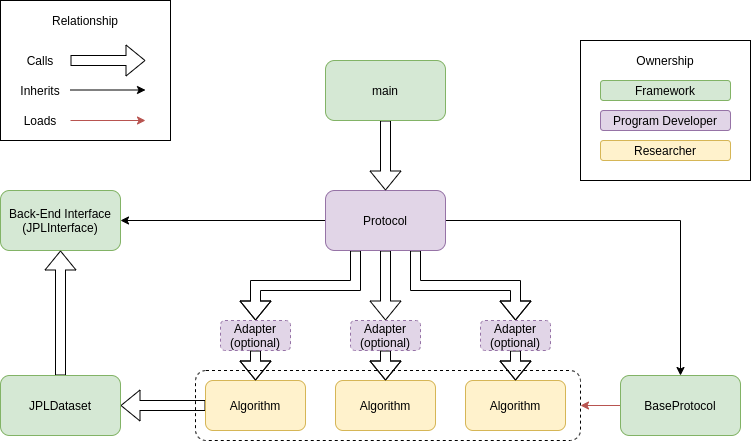
Before: images/Unnamed_Framework.png, a diagram exported from draw.io (tinker-engine/tinker-engine). Source tidied: cells renumbered, new cells last; positions are measured from the earlier drawing's top-left corner, leaving out a move shared by most shapes. Its diagram source:
```xml
<mxGraphModel>
  <root>
    <mxCell id="0" />
    <mxCell id="1" parent="0" />
    <mxCell id="2" style="rounded=1;whiteSpace=wrap;html=1;dashed=1;" parent="1" vertex="1">
      <mxGeometry x="195" y="370" width="385" height="70" as="geometry" />
    </mxCell>
    <mxCell id="3" style="rounded=0;whiteSpace=wrap;html=1;" parent="1" vertex="1">
      <mxGeometry x="580" y="40" width="170" height="140" as="geometry" />
    </mxCell>
    <mxCell id="4" style="edgeStyle=orthogonalEdgeStyle;rounded=0;jettySize=auto;html=1;exitX=0;exitY=0.5;exitDx=0;exitDy=0;" parent="1" edge="1" source="9" target="22">
      <mxGeometry relative="1" as="geometry" />
    </mxCell>
    <mxCell id="5" style="edgeStyle=orthogonalEdgeStyle;rounded=0;jettySize=auto;html=1;exitX=0.25;exitY=1;exitDx=0;exitDy=0;entryX=0.5;entryY=0;entryDx=0;entryDy=0;shape=flexArrow;" parent="1" edge="1" source="9" target="15">
      <mxGeometry relative="1" as="geometry" />
    </mxCell>
    <mxCell id="6" style="edgeStyle=orthogonalEdgeStyle;shape=flexArrow;rounded=0;jettySize=auto;html=1;exitX=0.5;exitY=1;exitDx=0;exitDy=0;entryX=0.5;entryY=0;entryDx=0;entryDy=0;" parent="1" edge="1" source="9" target="17">
      <mxGeometry relative="1" as="geometry" />
    </mxCell>
    <mxCell id="7" style="edgeStyle=orthogonalEdgeStyle;shape=flexArrow;rounded=0;jettySize=auto;html=1;exitX=0.75;exitY=1;exitDx=0;exitDy=0;entryX=0.5;entryY=0;entryDx=0;entryDy=0;" parent="1" edge="1" source="9" target="19">
      <mxGeometry relative="1" as="geometry" />
    </mxCell>
    <mxCell id="8" style="edgeStyle=orthogonalEdgeStyle;rounded=0;jettySize=auto;html=1;exitX=1;exitY=0.5;exitDx=0;exitDy=0;" parent="1" edge="1" source="9" target="21">
      <mxGeometry relative="1" as="geometry" />
    </mxCell>
    <mxCell id="9" value="Protocol" style="rounded=1;whiteSpace=wrap;html=1;fillColor=#e1d5e7;strokeColor=#9673a6;" parent="1" vertex="1">
      <mxGeometry x="325" y="190" width="120" height="60" as="geometry" />
    </mxCell>
    <mxCell id="10" value="Algorithm" style="rounded=1;whiteSpace=wrap;html=1;fillColor=#fff2cc;strokeColor=#d6b656;" parent="1" vertex="1">
      <mxGeometry x="465" y="380" width="100" height="50" as="geometry" />
    </mxCell>
    <mxCell id="11" value="Algorithm" style="rounded=1;whiteSpace=wrap;html=1;fillColor=#fff2cc;strokeColor=#d6b656;" parent="1" vertex="1">
      <mxGeometry x="335" y="380" width="100" height="50" as="geometry" />
    </mxCell>
    <mxCell id="12" style="edgeStyle=orthogonalEdgeStyle;shape=flexArrow;rounded=0;jettySize=auto;html=1;exitX=0;exitY=0.5;exitDx=0;exitDy=0;entryX=1;entryY=0.5;entryDx=0;entryDy=0;" parent="1" edge="1" source="13" target="26">
      <mxGeometry relative="1" as="geometry" />
    </mxCell>
    <mxCell id="13" value="Algorithm" style="rounded=1;whiteSpace=wrap;html=1;fillColor=#fff2cc;strokeColor=#d6b656;" parent="1" vertex="1">
      <mxGeometry x="205" y="380" width="100" height="50" as="geometry" />
    </mxCell>
    <mxCell id="14" style="edgeStyle=orthogonalEdgeStyle;shape=flexArrow;rounded=0;jettySize=auto;html=1;" parent="1" edge="1" source="15" target="13">
      <mxGeometry relative="1" as="geometry" />
    </mxCell>
    <mxCell id="15" value="Adapter&lt;br&gt;(optional)" style="rounded=1;whiteSpace=wrap;html=1;dashed=1;fillColor=#e1d5e7;strokeColor=#9673a6;" parent="1" vertex="1">
      <mxGeometry x="220" y="320" width="70" height="30" as="geometry" />
    </mxCell>
    <mxCell id="16" style="edgeStyle=orthogonalEdgeStyle;shape=flexArrow;rounded=0;jettySize=auto;html=1;" parent="1" edge="1" source="17" target="11">
      <mxGeometry relative="1" as="geometry" />
    </mxCell>
    <mxCell id="17" value="Adapter&lt;br&gt;(optional)" style="rounded=1;whiteSpace=wrap;html=1;dashed=1;fillColor=#e1d5e7;strokeColor=#9673a6;" parent="1" vertex="1">
      <mxGeometry x="350" y="320" width="70" height="30" as="geometry" />
    </mxCell>
    <mxCell id="18" style="edgeStyle=orthogonalEdgeStyle;shape=flexArrow;rounded=0;jettySize=auto;html=1;" parent="1" edge="1" source="19" target="10">
      <mxGeometry relative="1" as="geometry" />
    </mxCell>
    <mxCell id="19" value="Adapter&lt;br&gt;(optional)" style="rounded=1;whiteSpace=wrap;html=1;dashed=1;fillColor=#e1d5e7;strokeColor=#9673a6;" parent="1" vertex="1">
      <mxGeometry x="480" y="320" width="70" height="30" as="geometry" />
    </mxCell>
    <mxCell id="20" style="edgeStyle=orthogonalEdgeStyle;rounded=0;jettySize=auto;html=1;exitX=0;exitY=0.5;exitDx=0;exitDy=0;entryX=1;entryY=0.5;entryDx=0;entryDy=0;fillColor=#f8cecc;strokeColor=#b85450;" parent="1" edge="1" source="21" target="2">
      <mxGeometry relative="1" as="geometry" />
    </mxCell>
    <mxCell id="21" value="BaseProtocol" style="rounded=1;whiteSpace=wrap;html=1;fillColor=#d5e8d4;strokeColor=#82b366;" parent="1" vertex="1">
      <mxGeometry x="620" y="375" width="120" height="60" as="geometry" />
    </mxCell>
    <mxCell id="22" value="Back-End Interface&lt;br&gt;(JPLInterface)" style="rounded=1;whiteSpace=wrap;html=1;fillColor=#d5e8d4;strokeColor=#82b366;" parent="1" vertex="1">
      <mxGeometry y="190" width="120" height="60" as="geometry" />
    </mxCell>
    <mxCell id="23" style="edgeStyle=orthogonalEdgeStyle;rounded=0;jettySize=auto;html=1;exitX=0.5;exitY=1;exitDx=0;exitDy=0;entryX=0.5;entryY=0;entryDx=0;entryDy=0;shape=flexArrow;" parent="1" edge="1" source="24" target="9">
      <mxGeometry relative="1" as="geometry" />
    </mxCell>
    <mxCell id="24" value="main" style="rounded=1;whiteSpace=wrap;html=1;fillColor=#d5e8d4;strokeColor=#82b366;" parent="1" vertex="1">
      <mxGeometry x="325" y="60" width="120" height="60" as="geometry" />
    </mxCell>
    <mxCell id="25" style="edgeStyle=orthogonalEdgeStyle;shape=flexArrow;rounded=0;jettySize=auto;html=1;exitX=0.5;exitY=0;exitDx=0;exitDy=0;entryX=0.5;entryY=1;entryDx=0;entryDy=0;" parent="1" edge="1" source="26" target="22">
      <mxGeometry relative="1" as="geometry" />
    </mxCell>
    <mxCell id="26" value="JPLDataset" style="rounded=1;whiteSpace=wrap;html=1;fillColor=#d5e8d4;strokeColor=#82b366;" parent="1" vertex="1">
      <mxGeometry y="375" width="120" height="60" as="geometry" />
    </mxCell>
    <mxCell id="27" value="Framework" style="rounded=1;whiteSpace=wrap;html=1;fillColor=#d5e8d4;strokeColor=#82b366;" parent="1" vertex="1">
      <mxGeometry x="600" y="80" width="130" height="20" as="geometry" />
    </mxCell>
    <mxCell id="28" value="Program Developer" style="rounded=1;whiteSpace=wrap;html=1;fillColor=#e1d5e7;strokeColor=#9673a6;" parent="1" vertex="1">
      <mxGeometry x="600" y="110" width="130" height="20" as="geometry" />
    </mxCell>
    <mxCell id="29" value="Researcher" style="rounded=1;whiteSpace=wrap;html=1;fillColor=#fff2cc;strokeColor=#d6b656;" parent="1" vertex="1">
      <mxGeometry x="600" y="140" width="130" height="20" as="geometry" />
    </mxCell>
    <mxCell id="30" value="Ownership" style="text;html=1;strokeColor=none;fillColor=none;align=center;verticalAlign=middle;whiteSpace=wrap;rounded=0;" parent="1" vertex="1">
      <mxGeometry x="645" y="50" width="40" height="20" as="geometry" />
    </mxCell>
    <mxCell id="31" style="rounded=0;whiteSpace=wrap;html=1;" parent="1" vertex="1">
      <mxGeometry width="170" height="140" as="geometry" />
    </mxCell>
    <mxCell id="32" value="Relationship" style="text;html=1;strokeColor=none;fillColor=none;align=center;verticalAlign=middle;whiteSpace=wrap;rounded=0;" parent="1" vertex="1">
      <mxGeometry x="65" y="10" width="40" height="20" as="geometry" />
    </mxCell>
    <mxCell id="33" style="edgeStyle=orthogonalEdgeStyle;rounded=0;orthogonalLoop=1;jettySize=auto;html=1;fillColor=#f8cecc;strokeColor=#b85450;" parent="1" edge="1">
      <mxGeometry relative="1" as="geometry">
        <mxPoint x="70" y="120" as="sourcePoint" />
        <mxPoint x="145" y="120" as="targetPoint" />
      </mxGeometry>
    </mxCell>
    <mxCell id="34" value="Loads" style="text;html=1;strokeColor=none;fillColor=none;align=center;verticalAlign=middle;whiteSpace=wrap;rounded=0;dashed=1;" parent="1" vertex="1">
      <mxGeometry x="10" y="110" width="60" height="20" as="geometry" />
    </mxCell>
    <mxCell id="35" style="edgeStyle=orthogonalEdgeStyle;rounded=0;orthogonalLoop=1;jettySize=auto;html=1;fillColor=#f8cecc;strokeColor=#000000;" parent="1" edge="1">
      <mxGeometry relative="1" as="geometry">
        <mxPoint x="70" y="89.5" as="sourcePoint" />
        <mxPoint x="145" y="89.5" as="targetPoint" />
      </mxGeometry>
    </mxCell>
    <mxCell id="36" value="Inherits" style="text;html=1;strokeColor=none;fillColor=none;align=center;verticalAlign=middle;whiteSpace=wrap;rounded=0;dashed=1;" parent="1" vertex="1">
      <mxGeometry x="10" y="80" width="60" height="20" as="geometry" />
    </mxCell>
    <mxCell id="37" style="edgeStyle=orthogonalEdgeStyle;rounded=0;orthogonalLoop=1;jettySize=auto;html=1;fillColor=#FFFFFF;strokeColor=#000000;shape=flexArrow;" parent="1" edge="1">
      <mxGeometry relative="1" as="geometry">
        <mxPoint x="70" y="60" as="sourcePoint" />
        <mxPoint x="145" y="60" as="targetPoint" />
      </mxGeometry>
    </mxCell>
    <mxCell id="38" value="Calls" style="text;html=1;strokeColor=none;fillColor=none;align=center;verticalAlign=middle;whiteSpace=wrap;rounded=0;dashed=1;" parent="1" vertex="1">
      <mxGeometry x="10" y="50" width="60" height="20" as="geometry" />
    </mxCell>
  </root>
</mxGraphModel>
```
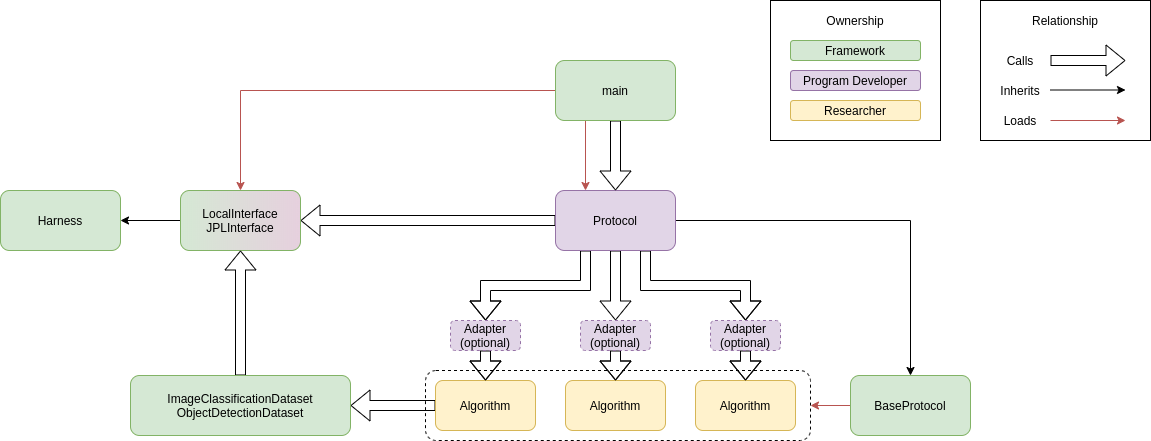
After the change.

Commit message:
updated README and system diagram

Change to the diagram source:
```diff
@@ -6,9 +6,9 @@
       <mxGeometry x="195" y="370" width="385" height="70" as="geometry" />
     </mxCell>
     <mxCell id="3" style="rounded=0;whiteSpace=wrap;html=1;" parent="1" vertex="1">
-      <mxGeometry x="580" y="40" width="170" height="140" as="geometry" />
+      <mxGeometry x="540" width="170" height="140" as="geometry" />
     </mxCell>
-    <mxCell id="4" style="edgeStyle=orthogonalEdgeStyle;rounded=0;jettySize=auto;html=1;exitX=0;exitY=0.5;exitDx=0;exitDy=0;" parent="1" edge="1" source="9" target="22">
+    <mxCell id="4" style="edgeStyle=orthogonalEdgeStyle;rounded=0;jettySize=auto;html=1;exitX=0;exitY=0.5;exitDx=0;exitDy=0;shape=flexArrow;" parent="1" edge="1" source="9" target="22">
       <mxGeometry relative="1" as="geometry" />
     </mxCell>
     <mxCell id="5" style="edgeStyle=orthogonalEdgeStyle;rounded=0;jettySize=auto;html=1;exitX=0.25;exitY=1;exitDx=0;exitDy=0;entryX=0.5;entryY=0;entryDx=0;entryDy=0;shape=flexArrow;" parent="1" edge="1" source="9" target="15">
@@ -62,65 +62,77 @@
     <mxCell id="21" value="BaseProtocol" style="rounded=1;whiteSpace=wrap;html=1;fillColor=#d5e8d4;strokeColor=#82b366;" parent="1" vertex="1">
       <mxGeometry x="620" y="375" width="120" height="60" as="geometry" />
     </mxCell>
+    <mxCell id="39" style="edgeStyle=orthogonalEdgeStyle;rounded=0;jettySize=auto;html=1;exitX=0;exitY=0.5;exitDx=0;exitDy=0;entryX=1;entryY=0.5;entryDx=0;entryDy=0;" parent="1" edge="1" source="22" target="42">
+      <mxGeometry relative="1" as="geometry" />
+    </mxCell>
-    <mxCell id="22" value="Back-End Interface&lt;br&gt;(JPLInterface)" style="rounded=1;whiteSpace=wrap;html=1;fillColor=#d5e8d4;strokeColor=#82b366;" parent="1" vertex="1">
-      <mxGeometry y="190" width="120" height="60" as="geometry" />
+    <mxCell id="22" value="LocalInterface&lt;br&gt;JPLInterface" style="rounded=1;whiteSpace=wrap;html=1;fillColor=#d5e8d4;strokeColor=#82b366;gradientColor=#E6D0DE;gradientDirection=east;" parent="1" vertex="1">
+      <mxGeometry x="-50" y="190" width="120" height="60" as="geometry" />
     </mxCell>
     <mxCell id="23" style="edgeStyle=orthogonalEdgeStyle;rounded=0;jettySize=auto;html=1;exitX=0.5;exitY=1;exitDx=0;exitDy=0;entryX=0.5;entryY=0;entryDx=0;entryDy=0;shape=flexArrow;" parent="1" edge="1" source="24" target="9">
       <mxGeometry relative="1" as="geometry" />
     </mxCell>
+    <mxCell id="40" style="edgeStyle=orthogonalEdgeStyle;rounded=0;jettySize=auto;html=1;exitX=0.25;exitY=1;exitDx=0;exitDy=0;entryX=0.25;entryY=0;entryDx=0;entryDy=0;fillColor=#f8cecc;strokeColor=#b85450;" parent="1" edge="1" source="24" target="9">
+      <mxGeometry relative="1" as="geometry" />
+    </mxCell>
+    <mxCell id="41" style="edgeStyle=orthogonalEdgeStyle;rounded=0;jettySize=auto;html=1;exitX=0;exitY=0.5;exitDx=0;exitDy=0;entryX=0.5;entryY=0;entryDx=0;entryDy=0;fillColor=#f8cecc;strokeColor=#b85450;" parent="1" edge="1" source="24" target="22">
+      <mxGeometry relative="1" as="geometry" />
+    </mxCell>
     <mxCell id="24" value="main" style="rounded=1;whiteSpace=wrap;html=1;fillColor=#d5e8d4;strokeColor=#82b366;" parent="1" vertex="1">
       <mxGeometry x="325" y="60" width="120" height="60" as="geometry" />
     </mxCell>
     <mxCell id="25" style="edgeStyle=orthogonalEdgeStyle;shape=flexArrow;rounded=0;jettySize=auto;html=1;exitX=0.5;exitY=0;exitDx=0;exitDy=0;entryX=0.5;entryY=1;entryDx=0;entryDy=0;" parent="1" edge="1" source="26" target="22">
       <mxGeometry relative="1" as="geometry" />
     </mxCell>
-    <mxCell id="26" value="JPLDataset" style="rounded=1;whiteSpace=wrap;html=1;fillColor=#d5e8d4;strokeColor=#82b366;" parent="1" vertex="1">
-      <mxGeometry y="375" width="120" height="60" as="geometry" />
+    <mxCell id="26" value="ImageClassificationDataset&lt;br&gt;ObjectDetectionDataset" style="rounded=1;whiteSpace=wrap;html=1;fillColor=#d5e8d4;strokeColor=#82b366;" parent="1" vertex="1">
+      <mxGeometry x="-100" y="375" width="220" height="60" as="geometry" />
     </mxCell>
     <mxCell id="27" value="Framework" style="rounded=1;whiteSpace=wrap;html=1;fillColor=#d5e8d4;strokeColor=#82b366;" parent="1" vertex="1">
-      <mxGeometry x="600" y="80" width="130" height="20" as="geometry" />
+      <mxGeometry x="560" y="40" width="130" height="20" as="geometry" />
     </mxCell>
     <mxCell id="28" value="Program Developer" style="rounded=1;whiteSpace=wrap;html=1;fillColor=#e1d5e7;strokeColor=#9673a6;" parent="1" vertex="1">
-      <mxGeometry x="600" y="110" width="130" height="20" as="geometry" />
+      <mxGeometry x="560" y="70" width="130" height="20" as="geometry" />
     </mxCell>
     <mxCell id="29" value="Researcher" style="rounded=1;whiteSpace=wrap;html=1;fillColor=#fff2cc;strokeColor=#d6b656;" parent="1" vertex="1">
-      <mxGeometry x="600" y="140" width="130" height="20" as="geometry" />
+      <mxGeometry x="560" y="100" width="130" height="20" as="geometry" />
     </mxCell>
     <mxCell id="30" value="Ownership" style="text;html=1;strokeColor=none;fillColor=none;align=center;verticalAlign=middle;whiteSpace=wrap;rounded=0;" parent="1" vertex="1">
-      <mxGeometry x="645" y="50" width="40" height="20" as="geometry" />
+      <mxGeometry x="605" y="10" width="40" height="20" as="geometry" />
     </mxCell>
     <mxCell id="31" style="rounded=0;whiteSpace=wrap;html=1;" parent="1" vertex="1">
-      <mxGeometry width="170" height="140" as="geometry" />
+      <mxGeometry x="750" width="170" height="140" as="geometry" />
     </mxCell>
     <mxCell id="32" value="Relationship" style="text;html=1;strokeColor=none;fillColor=none;align=center;verticalAlign=middle;whiteSpace=wrap;rounded=0;" parent="1" vertex="1">
-      <mxGeometry x="65" y="10" width="40" height="20" as="geometry" />
+      <mxGeometry x="815" y="10" width="40" height="20" as="geometry" />
     </mxCell>
     <mxCell id="33" style="edgeStyle=orthogonalEdgeStyle;rounded=0;orthogonalLoop=1;jettySize=auto;html=1;fillColor=#f8cecc;strokeColor=#b85450;" parent="1" edge="1">
       <mxGeometry relative="1" as="geometry">
-        <mxPoint x="70" y="120" as="sourcePoint" />
-        <mxPoint x="145" y="120" as="targetPoint" />
+        <mxPoint x="820" y="120" as="sourcePoint" />
+        <mxPoint x="895" y="120" as="targetPoint" />
       </mxGeometry>
     </mxCell>
     <mxCell id="34" value="Loads" style="text;html=1;strokeColor=none;fillColor=none;align=center;verticalAlign=middle;whiteSpace=wrap;rounded=0;dashed=1;" parent="1" vertex="1">
-      <mxGeometry x="10" y="110" width="60" height="20" as="geometry" />
+      <mxGeometry x="760" y="110" width="60" height="20" as="geometry" />
     </mxCell>
     <mxCell id="35" style="edgeStyle=orthogonalEdgeStyle;rounded=0;orthogonalLoop=1;jettySize=auto;html=1;fillColor=#f8cecc;strokeColor=#000000;" parent="1" edge="1">
       <mxGeometry relative="1" as="geometry">
-        <mxPoint x="70" y="89.5" as="sourcePoint" />
-        <mxPoint x="145" y="89.5" as="targetPoint" />
+        <mxPoint x="820" y="89.5" as="sourcePoint" />
+        <mxPoint x="895" y="89.5" as="targetPoint" />
       </mxGeometry>
     </mxCell>
     <mxCell id="36" value="Inherits" style="text;html=1;strokeColor=none;fillColor=none;align=center;verticalAlign=middle;whiteSpace=wrap;rounded=0;dashed=1;" parent="1" vertex="1">
-      <mxGeometry x="10" y="80" width="60" height="20" as="geometry" />
+      <mxGeometry x="760" y="80" width="60" height="20" as="geometry" />
     </mxCell>
     <mxCell id="37" style="edgeStyle=orthogonalEdgeStyle;rounded=0;orthogonalLoop=1;jettySize=auto;html=1;fillColor=#FFFFFF;strokeColor=#000000;shape=flexArrow;" parent="1" edge="1">
       <mxGeometry relative="1" as="geometry">
-        <mxPoint x="70" y="60" as="sourcePoint" />
-        <mxPoint x="145" y="60" as="targetPoint" />
+        <mxPoint x="820" y="60" as="sourcePoint" />
+        <mxPoint x="895" y="60" as="targetPoint" />
       </mxGeometry>
     </mxCell>
     <mxCell id="38" value="Calls" style="text;html=1;strokeColor=none;fillColor=none;align=center;verticalAlign=middle;whiteSpace=wrap;rounded=0;dashed=1;" parent="1" vertex="1">
-      <mxGeometry x="10" y="50" width="60" height="20" as="geometry" />
+      <mxGeometry x="760" y="50" width="60" height="20" as="geometry" />
     </mxCell>
+    <mxCell id="42" value="Harness" style="rounded=1;whiteSpace=wrap;html=1;fillColor=#d5e8d4;strokeColor=#82b366;" parent="1" vertex="1">
+      <mxGeometry x="-230" y="190" width="120" height="60" as="geometry" />
+    </mxCell>
   </root>
 </mxGraphModel>
```
